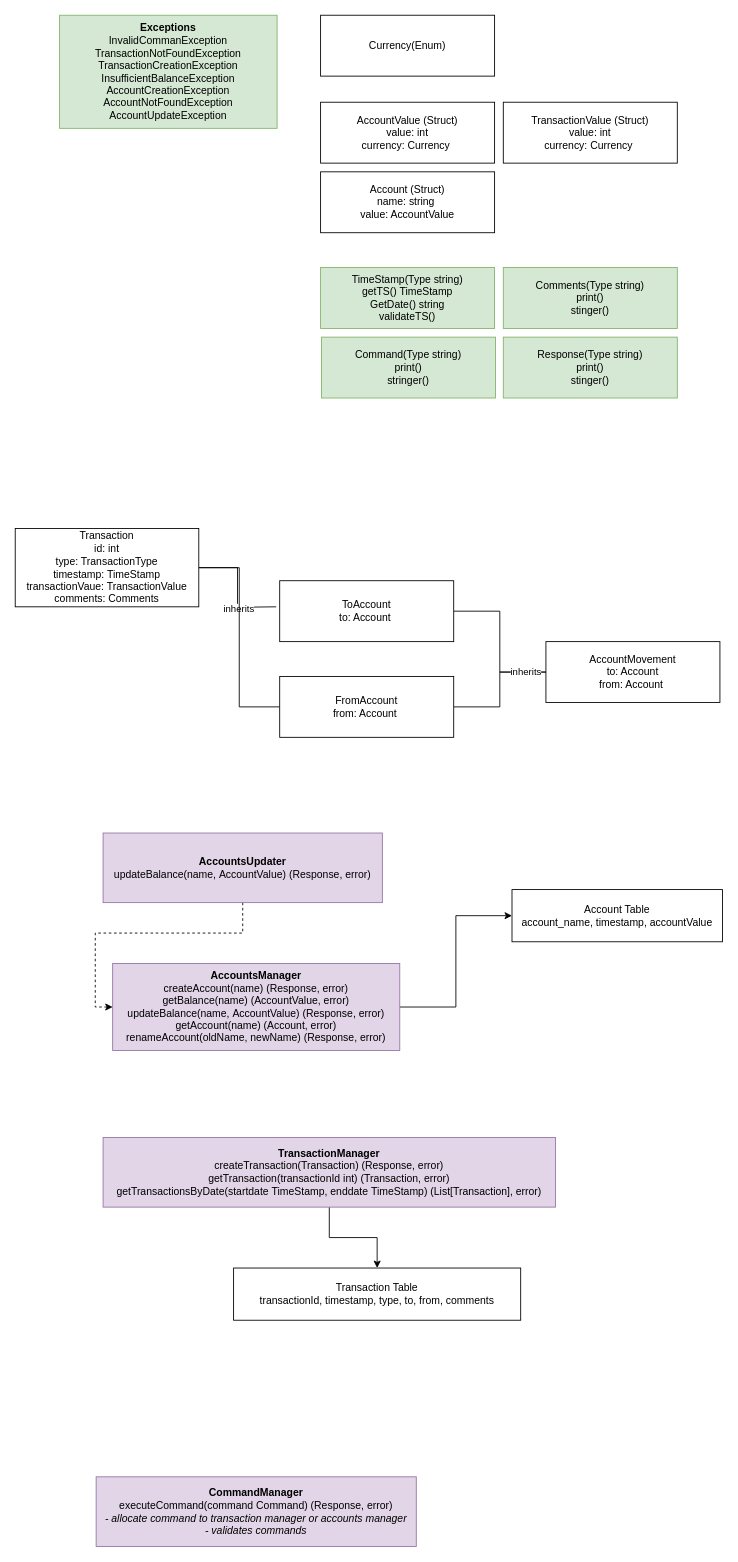
This is page "LLD" (2 of 3) of architecture/personal_finance_utility.drawio from pogo420/persofin, a draw.io file, before an edit. Source tidied: cells renumbered, new cells numbered last; positions are measured from the earlier drawing's top-left corner, leaving out a move shared by most shapes. Both pictures are drawn from the tidied source at 87%, with x=0, y=0 at pixel (15, 15).
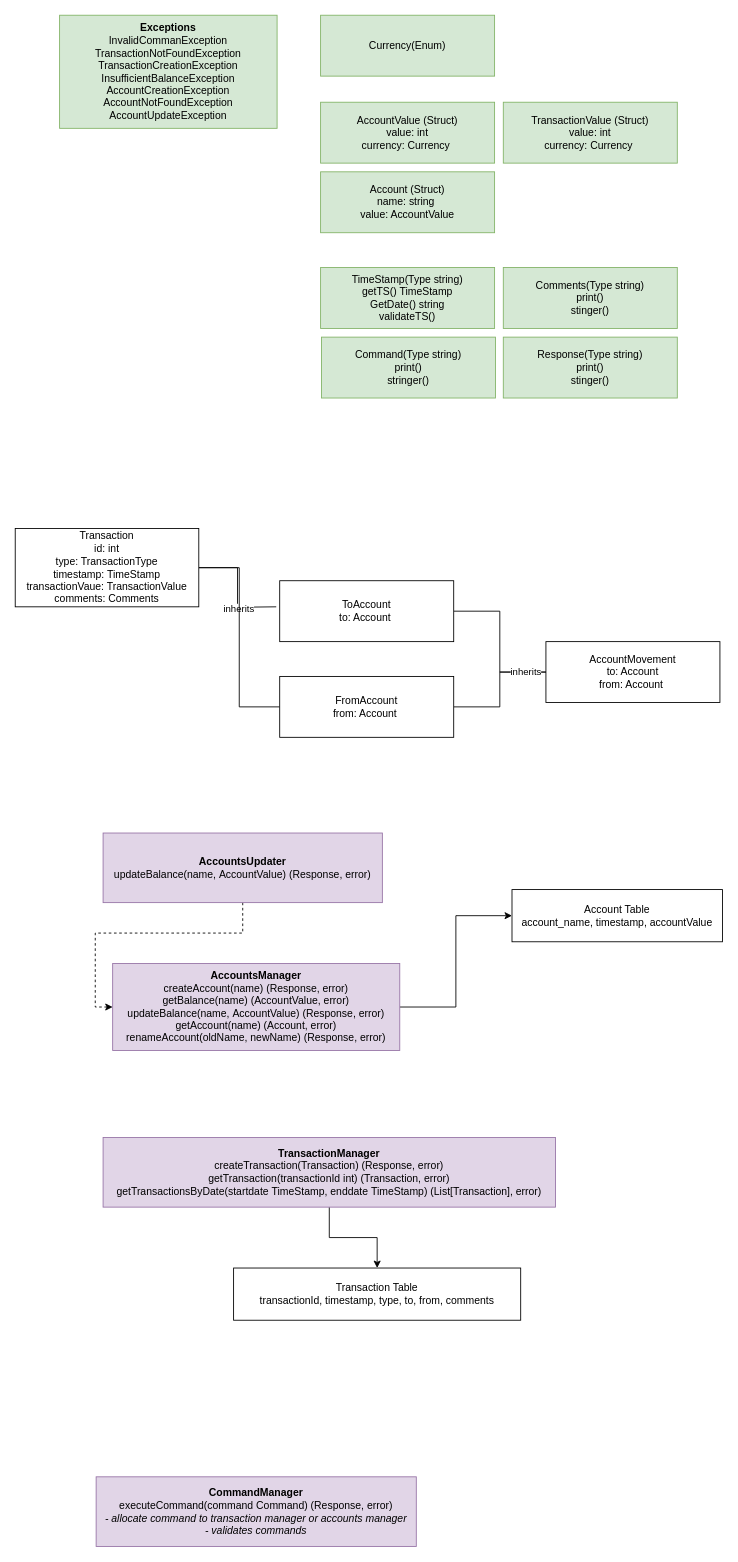
The same page after the edit.

What changed in the source:
```diff
@@
-    <mxCell id="12" value="Account (Struct)&lt;br&gt;name: string&amp;nbsp;&lt;br&gt;value: AccountValue" style="rounded=0;whiteSpace=wrap;html=1;" parent="1" vertex="1">
+    <mxCell id="12" value="Account (Struct)&lt;br&gt;name: string&amp;nbsp;&lt;br&gt;value: AccountValue" style="rounded=0;whiteSpace=wrap;html=1;fillColor=#d5e8d4;strokeColor=#82b366;" parent="1" vertex="1">
       <mxGeometry x="351" y="180" width="200" height="70" as="geometry" />
     </mxCell>
-    <mxCell id="13" value="TransactionValue (Struct)&lt;br&gt;value: int&lt;br&gt;currency: Currency&amp;nbsp;" style="rounded=0;whiteSpace=wrap;html=1;" parent="1" vertex="1">
+    <mxCell id="13" value="TransactionValue (Struct)&lt;br&gt;value: int&lt;br&gt;currency: Currency&amp;nbsp;" style="rounded=0;whiteSpace=wrap;html=1;fillColor=#d5e8d4;strokeColor=#82b366;" parent="1" vertex="1">
       <mxGeometry x="561" y="100" width="200" height="70" as="geometry" />
     </mxCell>
-    <mxCell id="14" value="Currency(Enum)" style="rounded=0;whiteSpace=wrap;html=1;" parent="1" vertex="1">
+    <mxCell id="14" value="Currency(Enum)" style="rounded=0;whiteSpace=wrap;html=1;fillColor=#d5e8d4;strokeColor=#82b366;" parent="1" vertex="1">
       <mxGeometry x="351" width="200" height="70" as="geometry" />
     </mxCell>
@@
-    <mxCell id="21" value="AccountValue (Struct)&lt;br&gt;value: int&lt;br&gt;currency: Currency&amp;nbsp;" style="rounded=0;whiteSpace=wrap;html=1;" parent="1" vertex="1">
+    <mxCell id="21" value="AccountValue (Struct)&lt;br&gt;value: int&lt;br&gt;currency: Currency&amp;nbsp;" style="rounded=0;whiteSpace=wrap;html=1;fillColor=#d5e8d4;strokeColor=#82b366;" parent="1" vertex="1">
       <mxGeometry x="351" y="100" width="200" height="70" as="geometry" />
     </mxCell>
```
